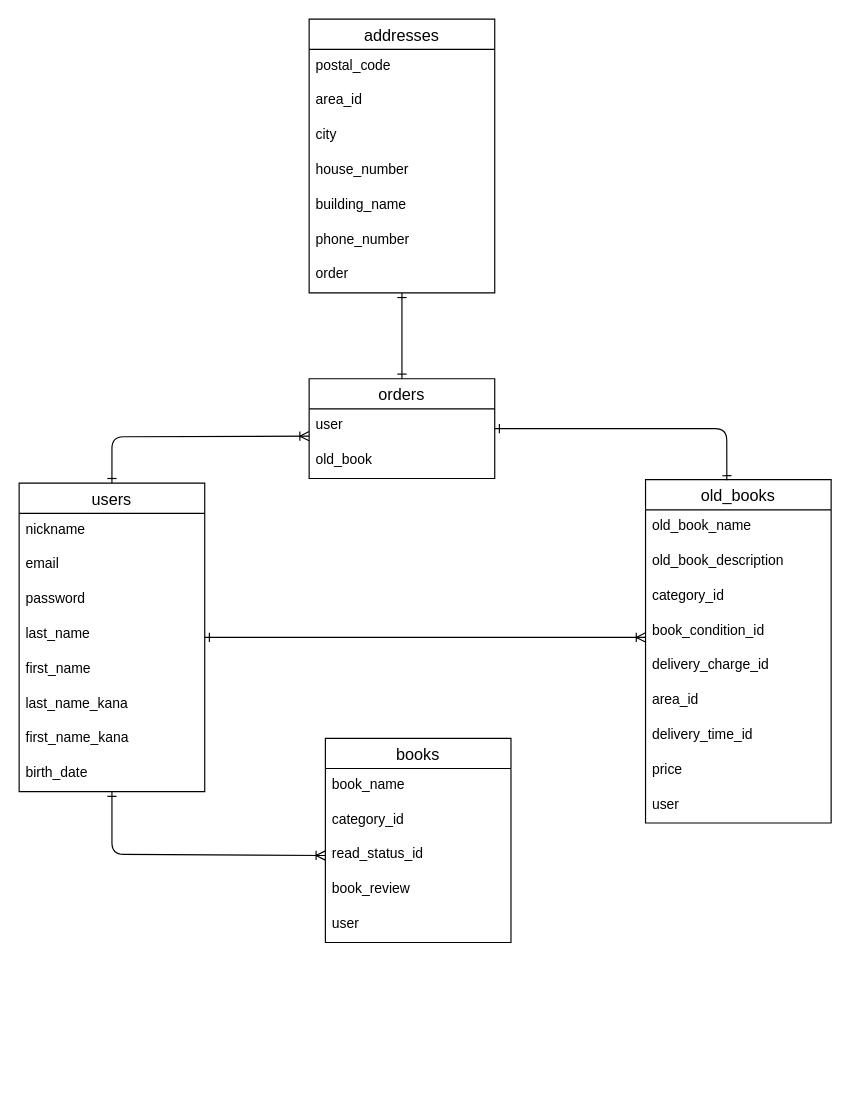
Before: bookdock.dio in hanother3/bookdock, a draw.io diagram. Source tidied: cells renumbered, new cells numbered last; positions are measured from the earlier drawing's top-left corner, leaving out a move shared by most shapes. Both pictures are drawn from the tidied source at 116%, with x=0, y=0 at pixel (19, 19).
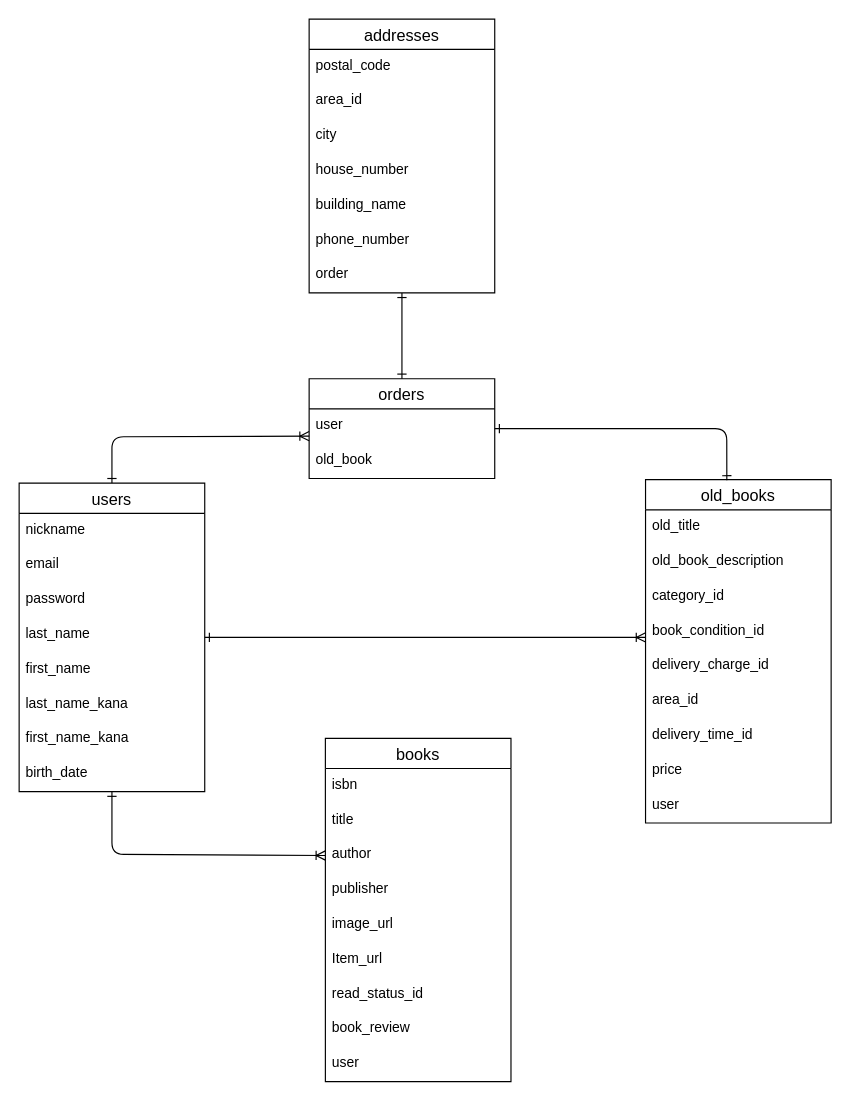
The same diagram, later.

The change refers to these unchanged cells:
```xml
<mxCell id="20" value="old_books" style="swimlane;fontStyle=0;horizontal=1;startSize=26;align=center;fontSize=14;" parent="1" vertex="1">
  <mxGeometry x="540" y="397" width="160" height="296" as="geometry" />
</mxCell>
```

Diff of the diagram source:
```diff
@@
     <mxCell id="2" value="books" style="swimlane;fontStyle=0;horizontal=1;startSize=26;align=center;fontSize=14;" parent="1" vertex="1">
-      <mxGeometry x="264" y="620" width="160" height="176" as="geometry" />
+      <mxGeometry x="264" y="620" width="160" height="296" as="geometry" />
     </mxCell>
-    <mxCell id="3" value="book_name" style="text;strokeColor=none;fillColor=none;spacingLeft=4;spacingRight=4;overflow=hidden;fontSize=12;" parent="2" vertex="1">
+    <mxCell id="3" value="isbn" style="text;strokeColor=none;fillColor=none;spacingLeft=4;spacingRight=4;overflow=hidden;fontSize=12;" parent="2" vertex="1">
       <mxGeometry y="26" width="160" height="30" as="geometry" />
     </mxCell>
+    <mxCell id="43" value="title" style="text;strokeColor=none;fillColor=none;spacingLeft=4;spacingRight=4;overflow=hidden;fontSize=12;" parent="2" vertex="1">
+      <mxGeometry y="56" width="160" height="30" as="geometry" />
+    </mxCell>
+    <mxCell id="44" value="author" style="text;strokeColor=none;fillColor=none;spacingLeft=4;spacingRight=4;overflow=hidden;fontSize=12;" parent="2" vertex="1">
+      <mxGeometry y="86" width="160" height="30" as="geometry" />
+    </mxCell>
-    <mxCell id="4" value="category_id" style="text;strokeColor=none;fillColor=none;spacingLeft=4;spacingRight=4;overflow=hidden;fontSize=12;" parent="2" vertex="1">
-      <mxGeometry y="56" width="160" height="30" as="geometry" />
+    <mxCell id="4" value="publisher" style="text;strokeColor=none;fillColor=none;spacingLeft=4;spacingRight=4;overflow=hidden;fontSize=12;" parent="2" vertex="1">
+      <mxGeometry y="116" width="160" height="30" as="geometry" />
     </mxCell>
+    <mxCell id="45" value="image_url" style="text;strokeColor=none;fillColor=none;spacingLeft=4;spacingRight=4;overflow=hidden;fontSize=12;" parent="2" vertex="1">
+      <mxGeometry y="146" width="160" height="30" as="geometry" />
+    </mxCell>
+    <mxCell id="46" value="Item_url" style="text;strokeColor=none;fillColor=none;spacingLeft=4;spacingRight=4;overflow=hidden;fontSize=12;" parent="2" vertex="1">
+      <mxGeometry y="176" width="160" height="30" as="geometry" />
+    </mxCell>
     <mxCell id="5" value="read_status_id" style="text;strokeColor=none;fillColor=none;spacingLeft=4;spacingRight=4;overflow=hidden;fontSize=12;" parent="2" vertex="1">
-      <mxGeometry y="86" width="160" height="30" as="geometry" />
+      <mxGeometry y="206" width="160" height="30" as="geometry" />
     </mxCell>
     <mxCell id="6" value="book_review" style="text;strokeColor=none;fillColor=none;spacingLeft=4;spacingRight=4;overflow=hidden;fontSize=12;" parent="2" vertex="1">
-      <mxGeometry y="116" width="160" height="30" as="geometry" />
+      <mxGeometry y="236" width="160" height="30" as="geometry" />
     </mxCell>
     <mxCell id="7" value="user" style="text;strokeColor=none;fillColor=none;spacingLeft=4;spacingRight=4;overflow=hidden;fontSize=12;" parent="2" vertex="1">
-      <mxGeometry y="146" width="160" height="30" as="geometry" />
+      <mxGeometry y="266" width="160" height="30" as="geometry" />
     </mxCell>
@@
-    <mxCell id="21" value="old_book_name" style="text;strokeColor=none;fillColor=none;spacingLeft=4;spacingRight=4;overflow=hidden;fontSize=12;" parent="20" vertex="1">
+    <mxCell id="21" value="old_title" style="text;strokeColor=none;fillColor=none;spacingLeft=4;spacingRight=4;overflow=hidden;fontSize=12;" parent="20" vertex="1">
       <mxGeometry y="26" width="160" height="30" as="geometry" />
     </mxCell>
```
